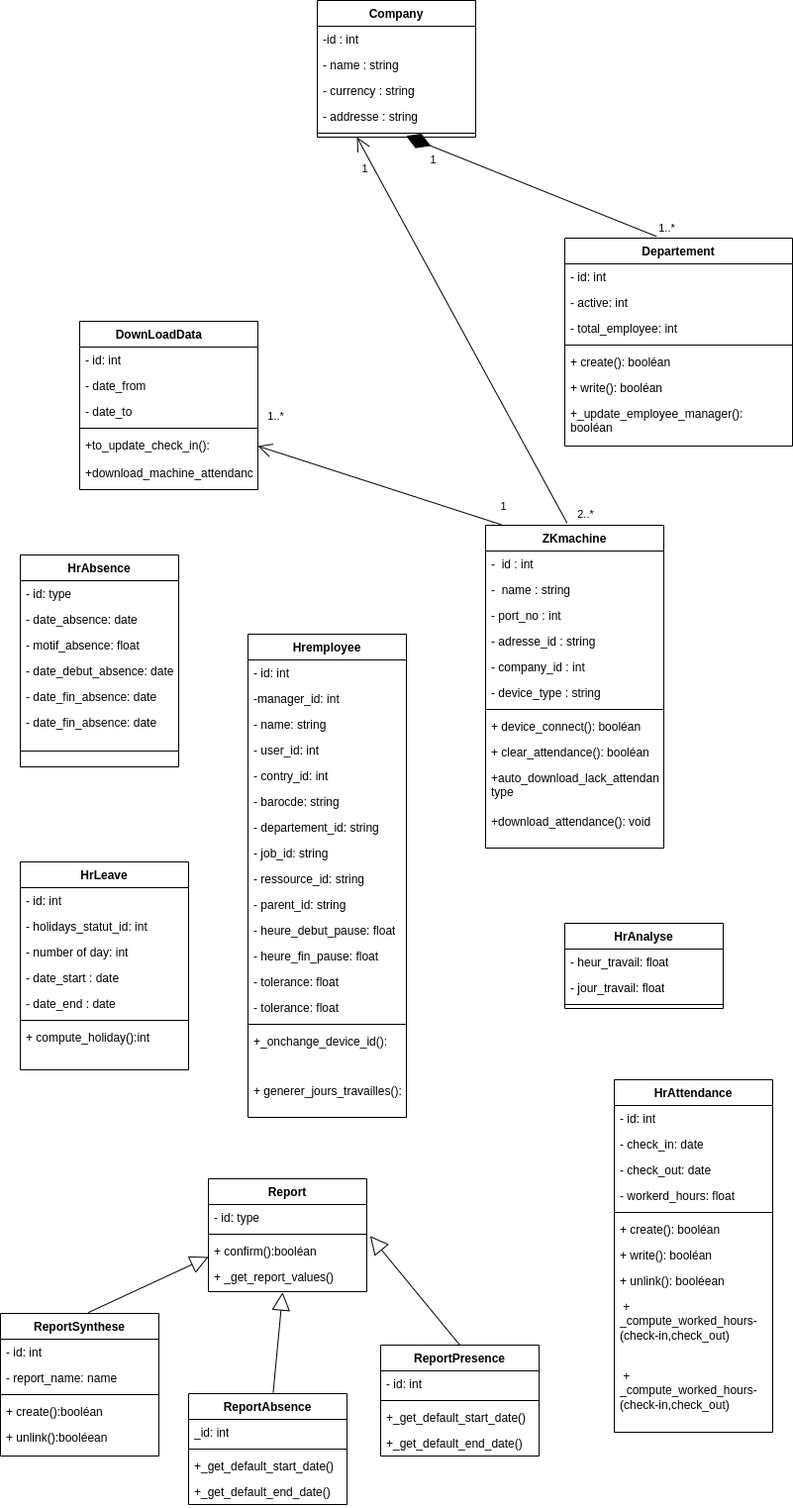
The draw.io diagram static/Diagramme de classe.drawio.png in Siluearsene/borne_biometrique, before a commit. Source tidied: cells renumbered, new cells last; positions are measured from the earlier drawing's top-left corner, leaving out a move shared by most shapes.
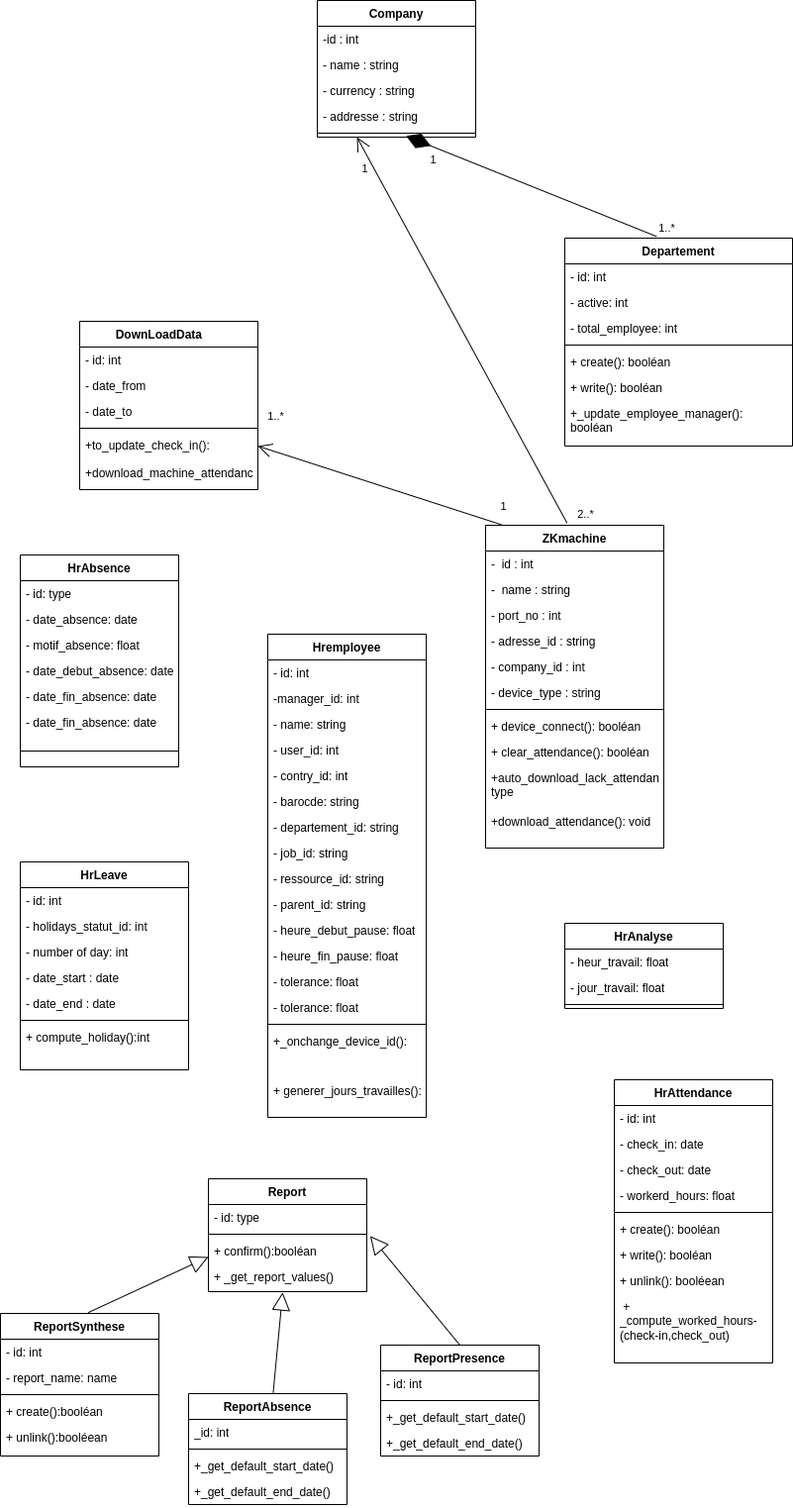
After the change.

Commit message:
Mettre à jour Diagramme de classe.drawio.png

Change to the diagram source:
```diff
@@ -99,7 +99,7 @@
       <mxGeometry y="78" width="160" height="8" as="geometry" />
     </mxCell>
     <mxCell id="34" value="Hremployee" style="swimlane;fontStyle=1;align=center;verticalAlign=top;horizontal=1;startSize=26;whiteSpace=wrap;html=1;" parent="1" vertex="1">
-      <mxGeometry x="250" y="640" width="160" height="488" as="geometry" />
+      <mxGeometry x="270" y="640" width="160" height="488" as="geometry" />
     </mxCell>
     <mxCell id="35" value="- id: int" style="text;strokeColor=none;fillColor=none;align=left;verticalAlign=top;spacingLeft=4;spacingRight=4;overflow=hidden;whiteSpace=wrap;html=1;" parent="34" vertex="1">
       <mxGeometry y="26" width="160" height="26" as="geometry" />
@@ -153,7 +153,7 @@
       <mxGeometry y="448" width="160" height="40" as="geometry" />
     </mxCell>
     <mxCell id="52" value="HrAttendance" style="swimlane;fontStyle=1;align=center;verticalAlign=top;horizontal=1;startSize=26;whiteSpace=wrap;html=1;" parent="1" vertex="1">
-      <mxGeometry x="620" y="1090" width="160" height="356" as="geometry" />
+      <mxGeometry x="620" y="1090" width="160" height="286" as="geometry" />
     </mxCell>
     <mxCell id="53" value="- id: int" style="text;strokeColor=none;fillColor=none;align=left;verticalAlign=top;spacingLeft=4;spacingRight=4;overflow=hidden;whiteSpace=wrap;html=1;" parent="52" vertex="1">
       <mxGeometry y="26" width="160" height="26" as="geometry" />
@@ -179,11 +179,8 @@
     <mxCell id="60" value="+ unlink(): booléean" style="text;strokeColor=none;fillColor=none;align=left;verticalAlign=top;spacingLeft=4;spacingRight=4;overflow=hidden;whiteSpace=wrap;html=1;" parent="52" vertex="1">
       <mxGeometry y="190" width="160" height="26" as="geometry" />
     </mxCell>
-    <mxCell id="61" value="&amp;nbsp;+&amp;nbsp;&lt;br&gt;_compute_worked_hours-(check-in,check_out)" style="text;strokeColor=none;fillColor=none;align=left;verticalAlign=top;spacingLeft=4;spacingRight=4;overflow=hidden;whiteSpace=wrap;html=1;" parent="52" vertex="1">
-      <mxGeometry y="216" width="160" height="70" as="geometry" />
-    </mxCell>
     <mxCell id="62" value="&amp;nbsp;+&amp;nbsp;&lt;br&gt;_compute_worked_hours-(check-in,check_out)" style="text;strokeColor=none;fillColor=none;align=left;verticalAlign=top;spacingLeft=4;spacingRight=4;overflow=hidden;whiteSpace=wrap;html=1;" parent="52" vertex="1">
-      <mxGeometry y="286" width="160" height="70" as="geometry" />
+      <mxGeometry y="216" width="160" height="70" as="geometry" />
     </mxCell>
     <mxCell id="63" value="ReportSynthese" style="swimlane;fontStyle=1;align=center;verticalAlign=top;horizontal=1;startSize=26;whiteSpace=wrap;html=1;" parent="1" vertex="1">
       <mxGeometry y="1326" width="160" height="144" as="geometry" />
```
